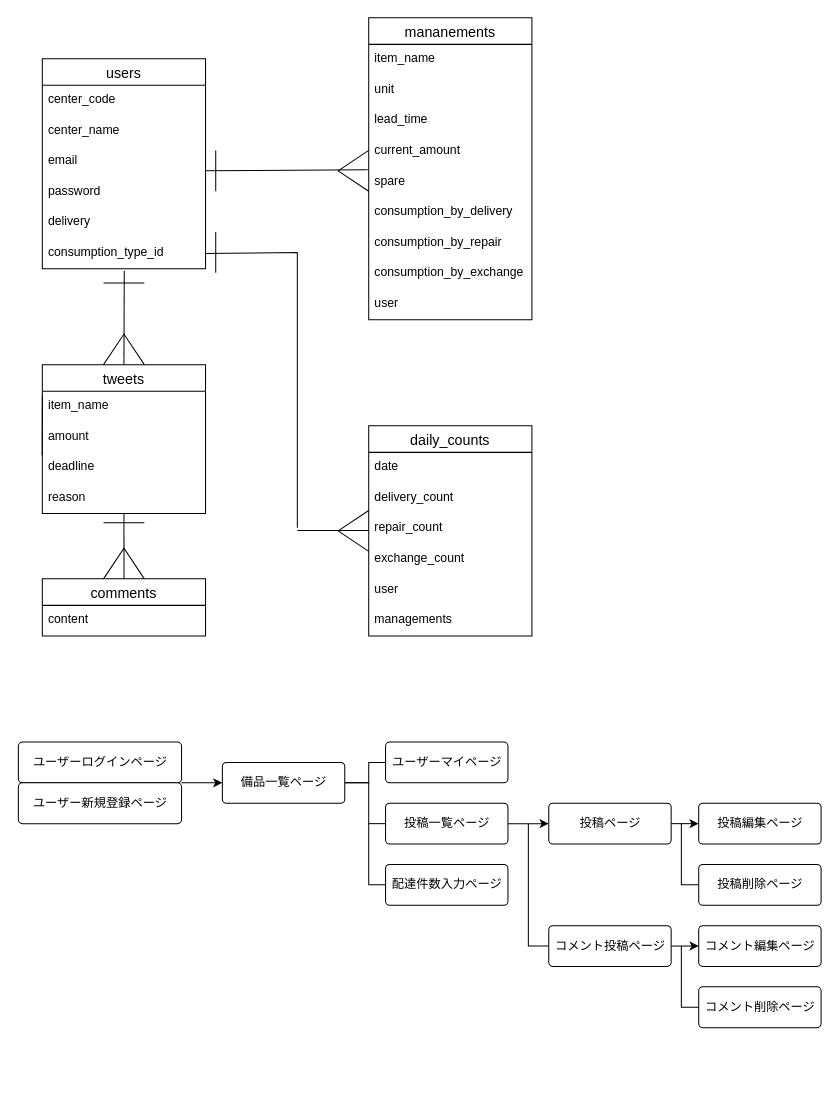
takafumiTech/ems keeps this draw.io diagram as ems.dio. Above is the earlier version. Source tidied: cells renumbered, new cells numbered last; positions are measured from the earlier drawing's top-left corner, leaving out a move shared by most shapes. Both pictures are drawn from the tidied source at 102%, with x=0, y=0 at pixel (17, 17).
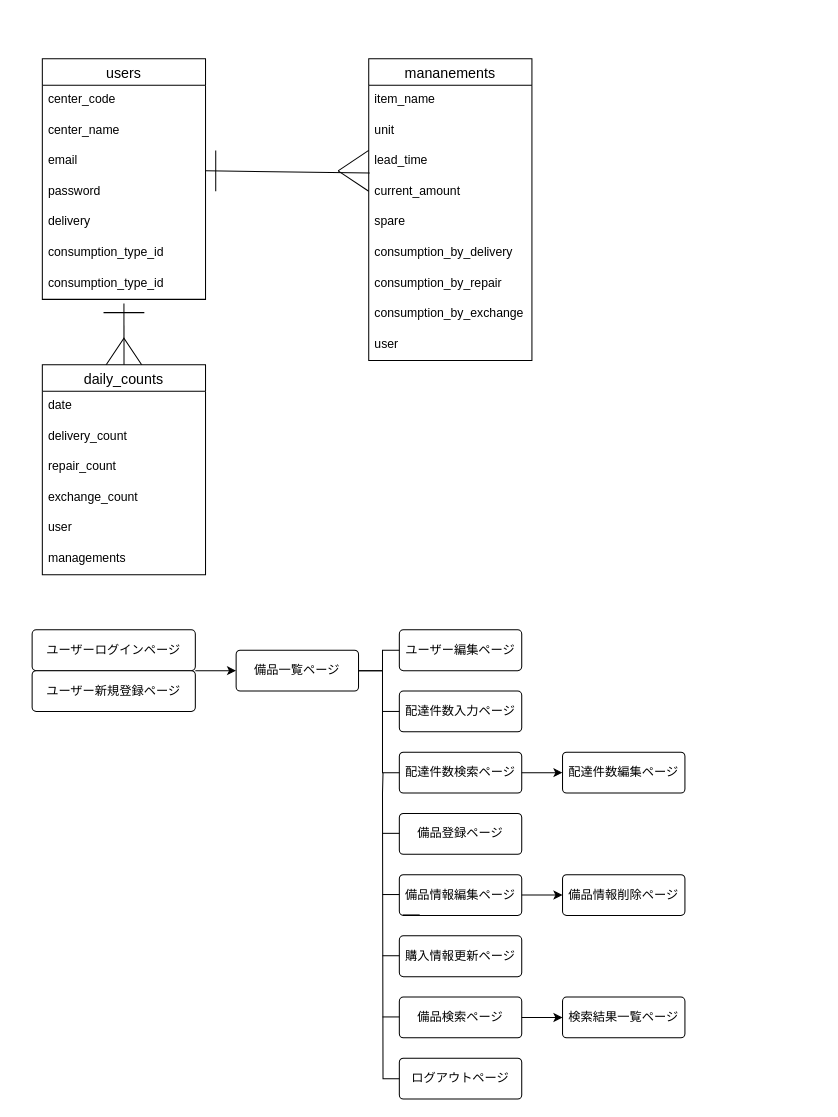
Above is the later version.

Unchanged cells that the change refers to:
```xml
<mxCell id="6" value="current_amount" style="text;strokeColor=none;fillColor=none;spacingLeft=4;spacingRight=4;overflow=hidden;points=[[0,0.5],[1,0.5]];portConstraint=eastwest;fontSize=12;" parent="2" vertex="1">
  <mxGeometry y="116" width="160" height="30" as="geometry" />
</mxCell>
<mxCell id="7" value="spare" style="text;strokeColor=none;fillColor=none;spacingLeft=4;spacingRight=4;overflow=hidden;points=[[0,0.5],[1,0.5]];portConstraint=eastwest;fontSize=12;" parent="2" vertex="1">
  <mxGeometry y="146" width="160" height="30" as="geometry" />
</mxCell>
<mxCell id="18" value="consumption_type_id" style="text;strokeColor=none;fillColor=none;spacingLeft=4;spacingRight=4;overflow=hidden;points=[[0,0.5],[1,0.5]];portConstraint=eastwest;fontSize=12;" parent="12" vertex="1">
  <mxGeometry y="176" width="160" height="30" as="geometry" />
</mxCell>
```

Diff of the diagram source:
```diff
@@
     <mxCell id="2" value="mananements" style="swimlane;fontStyle=0;horizontal=1;startSize=26;align=center;fontSize=14;" parent="1" vertex="1">
-      <mxGeometry x="344" width="160" height="296" as="geometry" />
+      <mxGeometry x="344" y="40" width="160" height="296" as="geometry" />
     </mxCell>
@@
     <mxCell id="12" value="users" style="swimlane;fontStyle=0;horizontal=1;startSize=26;align=center;fontSize=14;" parent="1" vertex="1">
-      <mxGeometry x="24" y="40" width="160" height="206" as="geometry" />
+      <mxGeometry x="24" y="40" width="160" height="236" as="geometry" />
     </mxCell>
@@
-    <mxCell id="19" value="tweets" style="swimlane;fontStyle=0;horizontal=1;startSize=26;align=center;fontSize=14;" parent="1" vertex="1">
-      <mxGeometry x="24" y="340" width="160" height="146" as="geometry" />
-    </mxCell>
-    <mxCell id="20" value="item_name" style="text;strokeColor=none;fillColor=none;spacingLeft=4;spacingRight=4;overflow=hidden;fontSize=12;" parent="19" vertex="1">
-      <mxGeometry y="26" width="160" height="30" as="geometry" />
-    </mxCell>
-    <mxCell id="21" value="amount" style="text;strokeColor=none;fillColor=none;spacingLeft=4;spacingRight=4;overflow=hidden;fontSize=12;" parent="19" vertex="1">
-      <mxGeometry y="56" width="160" height="30" as="geometry" />
-    </mxCell>
-    <mxCell id="22" value="deadline" style="text;strokeColor=none;fillColor=none;spacingLeft=4;spacingRight=4;overflow=hidden;points=[[0,0.5],[1,0.5]];portConstraint=eastwest;fontSize=12;" parent="19" vertex="1">
-      <mxGeometry y="86" width="160" height="30" as="geometry" />
-    </mxCell>
-    <mxCell id="23" value="reason" style="text;strokeColor=none;fillColor=none;spacingLeft=4;spacingRight=4;overflow=hidden;fontSize=12;" parent="19" vertex="1">
-      <mxGeometry y="116" width="160" height="30" as="geometry" />
-    </mxCell>
-    <mxCell id="24" value="comments" style="swimlane;fontStyle=0;horizontal=1;startSize=26;align=center;fontSize=14;" parent="1" vertex="1">
-      <mxGeometry x="24" y="550" width="160" height="56" as="geometry" />
-    </mxCell>
-    <mxCell id="25" value="content" style="text;strokeColor=none;fillColor=none;spacingLeft=4;spacingRight=4;overflow=hidden;fontSize=12;" parent="24" vertex="1">
-      <mxGeometry y="26" width="160" height="30" as="geometry" />
-    </mxCell>
+    <mxCell id="71" value="consumption_type_id" style="text;strokeColor=none;fillColor=none;spacingLeft=4;spacingRight=4;overflow=hidden;fontSize=12;" parent="12" vertex="1">
+      <mxGeometry y="206" width="160" height="30" as="geometry" />
+    </mxCell>
-    <mxCell id="26" style="endArrow=none;html=1;rounded=0;entryX=-0.006;entryY=0.1;entryDx=0;entryDy=0;entryPerimeter=0;" parent="1" edge="1" target="7">
+    <mxCell id="26" style="endArrow=none;html=1;rounded=0;entryX=0.006;entryY=-0.133;entryDx=0;entryDy=0;entryPerimeter=0;" parent="1" edge="1" target="6">
       <mxGeometry relative="1" as="geometry">
         <mxPoint x="184" y="150" as="sourcePoint" />
       </mxGeometry>
     </mxCell>
@@
-    <mxCell id="29" style="endArrow=none;html=1;rounded=0;entryX=0.5;entryY=0;entryDx=0;entryDy=0;exitX=0.502;exitY=1.067;exitDx=0;exitDy=0;exitPerimeter=0;" parent="1" edge="1" source="18" target="19">
-      <mxGeometry relative="1" as="geometry" />
-    </mxCell>
-    <mxCell id="30" style="endArrow=none;html=1;rounded=0;exitX=1;exitY=0.5;exitDx=0;exitDy=0;" parent="1" edge="1" source="18">
-      <mxGeometry relative="1" as="geometry">
-        <mxPoint x="274" y="500" as="targetPoint" />
-        <Array as="points">
-          <mxPoint x="274" y="230" />
-        </Array>
-      </mxGeometry>
-    </mxCell>
-    <mxCell id="31" style="endArrow=none;html=1;rounded=0;entryX=-0.001;entryY=0.095;entryDx=0;entryDy=0;entryPerimeter=0;" parent="1" edge="1" target="22">
-      <mxGeometry relative="1" as="geometry">
-        <mxPoint x="24" y="370" as="sourcePoint" />
-      </mxGeometry>
-    </mxCell>
-    <mxCell id="32" style="endArrow=none;html=1;rounded=0;" parent="1" edge="1">
-      <mxGeometry relative="1" as="geometry">
-        <mxPoint x="274" y="502.5" as="sourcePoint" />
-        <mxPoint x="344" y="502.5" as="targetPoint" />
-      </mxGeometry>
-    </mxCell>
     <mxCell id="33" style="endArrow=none;html=1;rounded=0;exitX=0.438;exitY=0;exitDx=0;exitDy=0;exitPerimeter=0;" parent="1" edge="1">
       <mxGeometry relative="1" as="geometry">
-        <mxPoint x="104.1" y="550" as="sourcePoint" />
-        <mxPoint x="104" y="486" as="targetPoint" />
+        <mxPoint x="104.1" y="344" as="sourcePoint" />
+        <mxPoint x="104" y="280" as="targetPoint" />
       </mxGeometry>
     </mxCell>
     <mxCell id="34" style="endArrow=none;html=1;rounded=0;" parent="1" edge="1">
       <mxGeometry relative="1" as="geometry">
-        <mxPoint x="84" y="550" as="sourcePoint" />
-        <mxPoint x="124" y="550" as="targetPoint" />
+        <mxPoint x="84" y="344" as="sourcePoint" />
+        <mxPoint x="124" y="344" as="targetPoint" />
         <Array as="points">
-          <mxPoint x="104" y="520" />
+          <mxPoint x="104" y="314" />
         </Array>
       </mxGeometry>
     </mxCell>
     <mxCell id="35" value="daily_counts" style="swimlane;fontStyle=0;horizontal=1;startSize=26;align=center;fontSize=14;" parent="1" vertex="1">
-      <mxGeometry x="344" y="400" width="160" height="206" as="geometry" />
+      <mxGeometry x="24" y="340" width="160" height="206" as="geometry" />
     </mxCell>
@@
-    <mxCell id="42" style="endArrow=none;html=1;rounded=0;" parent="1" edge="1">
-      <mxGeometry relative="1" as="geometry">
-        <mxPoint x="84" y="260" as="sourcePoint" />
-        <mxPoint x="124" y="260" as="targetPoint" />
-      </mxGeometry>
-    </mxCell>
     <mxCell id="43" value="備品一覧ページ" style="rounded=1;arcSize=10;whiteSpace=wrap;html=1;align=center;" parent="1" vertex="1">
-      <mxGeometry x="200.5" y="730" width="120" height="40" as="geometry" />
+      <mxGeometry x="214" y="620" width="120" height="40" as="geometry" />
     </mxCell>
     <mxCell id="44" value="ユーザーログインページ" style="rounded=1;arcSize=10;whiteSpace=wrap;html=1;align=center;" parent="1" vertex="1">
-      <mxGeometry x="0.5" y="710" width="160" height="40" as="geometry" />
+      <mxGeometry x="14" y="600" width="160" height="40" as="geometry" />
     </mxCell>
@@
     <mxCell id="46" value="ユーザー新規登録ページ" style="rounded=1;arcSize=10;whiteSpace=wrap;html=1;align=center;" parent="1" vertex="1">
-      <mxGeometry x="0.5" y="750" width="160" height="40" as="geometry" />
+      <mxGeometry x="14" y="640" width="160" height="40" as="geometry" />
     </mxCell>
-    <mxCell id="47" value="ユーザーマイページ" style="rounded=1;arcSize=10;whiteSpace=wrap;html=1;align=center;" parent="1" vertex="1">
-      <mxGeometry x="360.5" y="710" width="120" height="40" as="geometry" />
+    <mxCell id="47" value="ユーザー編集ページ" style="rounded=1;arcSize=10;whiteSpace=wrap;html=1;align=center;" parent="1" vertex="1">
+      <mxGeometry x="374" y="600" width="120" height="40" as="geometry" />
     </mxCell>
-    <mxCell id="48" value="配達件数入力ページ" style="rounded=1;arcSize=10;whiteSpace=wrap;html=1;align=center;" parent="1" vertex="1">
-      <mxGeometry x="360.5" y="830" width="120" height="40" as="geometry" />
+    <mxCell id="48" value="配達件数検索ページ" style="rounded=1;arcSize=10;whiteSpace=wrap;html=1;align=center;" parent="1" vertex="1">
+      <mxGeometry x="374" y="720" width="120" height="40" as="geometry" />
     </mxCell>
-    <mxCell id="49" style="edgeStyle=none;html=1;exitX=1;exitY=0.5;exitDx=0;exitDy=0;entryX=0;entryY=0.5;entryDx=0;entryDy=0;" parent="1" edge="1" source="50" target="52">
-      <mxGeometry relative="1" as="geometry" />
+    <mxCell id="49" style="edgeStyle=none;html=1;exitX=1;exitY=0.5;exitDx=0;exitDy=0;entryX=0;entryY=0.5;entryDx=0;entryDy=0;" parent="1" edge="1" target="52">
+      <mxGeometry relative="1" as="geometry">
+        <mxPoint x="494" y="740" as="sourcePoint" />
+      </mxGeometry>
     </mxCell>
-    <mxCell id="50" value="投稿一覧ページ" style="rounded=1;arcSize=10;whiteSpace=wrap;html=1;align=center;" parent="1" vertex="1">
-      <mxGeometry x="360.5" y="770" width="120" height="40" as="geometry" />
+    <mxCell id="50" value="配達件数入力ページ" style="rounded=1;arcSize=10;whiteSpace=wrap;html=1;align=center;" parent="1" vertex="1">
+      <mxGeometry x="374" y="660" width="120" height="40" as="geometry" />
     </mxCell>
-    <mxCell id="51" style="edgeStyle=none;html=1;exitX=1;exitY=0.5;exitDx=0;exitDy=0;entryX=0;entryY=0.5;entryDx=0;entryDy=0;" parent="1" edge="1" source="52" target="53">
-      <mxGeometry relative="1" as="geometry" />
-    </mxCell>
-    <mxCell id="52" value="投稿ページ" style="rounded=1;arcSize=10;whiteSpace=wrap;html=1;align=center;" parent="1" vertex="1">
-      <mxGeometry x="520.5" y="770" width="120" height="40" as="geometry" />
+    <mxCell id="52" value="配達件数編集ページ" style="rounded=1;arcSize=10;whiteSpace=wrap;html=1;align=center;" parent="1" vertex="1">
+      <mxGeometry x="534" y="720" width="120" height="40" as="geometry" />
     </mxCell>
-    <mxCell id="53" value="投稿編集ページ" style="rounded=1;arcSize=10;whiteSpace=wrap;html=1;align=center;" parent="1" vertex="1">
-      <mxGeometry x="667.5" y="770" width="120" height="40" as="geometry" />
+    <mxCell id="53" value="備品検索ページ" style="rounded=1;arcSize=10;whiteSpace=wrap;html=1;align=center;" parent="1" vertex="1">
+      <mxGeometry x="374" y="960" width="120" height="40" as="geometry" />
     </mxCell>
-    <mxCell id="54" style="edgeStyle=none;html=1;exitX=1;exitY=0.5;exitDx=0;exitDy=0;entryX=0;entryY=0.5;entryDx=0;entryDy=0;" parent="1" edge="1" source="55" target="57">
-      <mxGeometry relative="1" as="geometry" />
-    </mxCell>
-    <mxCell id="55" value="コメント投稿ページ" style="rounded=1;arcSize=10;whiteSpace=wrap;html=1;align=center;" parent="1" vertex="1">
-      <mxGeometry x="520.5" y="890" width="120" height="40" as="geometry" />
-    </mxCell>
-    <mxCell id="56" value="投稿削除ページ" style="rounded=1;arcSize=10;whiteSpace=wrap;html=1;align=center;" parent="1" vertex="1">
-      <mxGeometry x="667.5" y="830" width="120" height="40" as="geometry" />
+    <mxCell id="56" value="ログアウトページ" style="rounded=1;arcSize=10;whiteSpace=wrap;html=1;align=center;" parent="1" vertex="1">
+      <mxGeometry x="374" y="1020" width="120" height="40" as="geometry" />
     </mxCell>
-    <mxCell id="57" value="コメント編集ページ" style="rounded=1;arcSize=10;whiteSpace=wrap;html=1;align=center;" parent="1" vertex="1">
-      <mxGeometry x="667.5" y="890" width="120" height="40" as="geometry" />
-    </mxCell>
-    <mxCell id="58" value="コメント削除ページ" style="rounded=1;arcSize=10;whiteSpace=wrap;html=1;align=center;" parent="1" vertex="1">
-      <mxGeometry x="667.5" y="950" width="120" height="40" as="geometry" />
-    </mxCell>
     <mxCell id="59" style="endArrow=none;html=1;rounded=0;entryX=0;entryY=0.5;entryDx=0;entryDy=0;" parent="1" edge="1" target="48">
       <mxGeometry relative="1" as="geometry">
-        <mxPoint x="320.5" y="750" as="sourcePoint" />
+        <mxPoint x="334" y="640" as="sourcePoint" />
         <Array as="points">
-          <mxPoint x="344" y="750" />
-          <mxPoint x="344" y="850" />
+          <mxPoint x="357.5" y="640" />
+          <mxPoint x="357.5" y="740" />
         </Array>
       </mxGeometry>
     </mxCell>
     <mxCell id="60" style="endArrow=none;html=1;rounded=0;entryX=0;entryY=0.5;entryDx=0;entryDy=0;" parent="1" edge="1" target="47">
       <mxGeometry relative="1" as="geometry">
-        <mxPoint x="320.5" y="750" as="sourcePoint" />
+        <mxPoint x="334" y="640" as="sourcePoint" />
         <Array as="points">
-          <mxPoint x="344" y="750" />
-          <mxPoint x="344" y="730" />
+          <mxPoint x="357.5" y="640" />
+          <mxPoint x="357.5" y="620" />
         </Array>
       </mxGeometry>
     </mxCell>
-    <mxCell id="61" style="endArrow=none;html=1;rounded=0;exitX=0;exitY=0.5;exitDx=0;exitDy=0;" parent="1" edge="1" source="55">
-      <mxGeometry relative="1" as="geometry">
-        <mxPoint x="500.5" y="790" as="targetPoint" />
-        <Array as="points">
-          <mxPoint x="500.5" y="910" />
-        </Array>
-      </mxGeometry>
-    </mxCell>
-    <mxCell id="62" style="endArrow=none;html=1;rounded=0;entryX=0;entryY=0.5;entryDx=0;entryDy=0;" parent="1" edge="1" target="56">
-      <mxGeometry relative="1" as="geometry">
-        <mxPoint x="650.5" y="790" as="sourcePoint" />
-        <Array as="points">
-          <mxPoint x="650.5" y="850" />
-        </Array>
-      </mxGeometry>
-    </mxCell>
-    <mxCell id="63" style="endArrow=none;html=1;rounded=0;entryX=0;entryY=0.5;entryDx=0;entryDy=0;" parent="1" edge="1">
-      <mxGeometry relative="1" as="geometry">
-        <mxPoint x="650.5" y="910" as="sourcePoint" />
-        <mxPoint x="667.5" y="970" as="targetPoint" />
-        <Array as="points">
-          <mxPoint x="650.5" y="970" />
-        </Array>
-      </mxGeometry>
-    </mxCell>
@@
-    <mxCell id="65" style="endArrow=none;html=1;rounded=0;" parent="1" edge="1">
-      <mxGeometry relative="1" as="geometry">
-        <mxPoint x="194" y="210" as="sourcePoint" />
-        <mxPoint x="194" y="250" as="targetPoint" />
-      </mxGeometry>
-    </mxCell>
     <mxCell id="66" style="endArrow=none;html=1;rounded=0;" parent="1" edge="1">
       <mxGeometry relative="1" as="geometry">
-        <mxPoint x="84" y="495" as="sourcePoint" />
-        <mxPoint x="124" y="495" as="targetPoint" />
+        <mxPoint x="84" y="289" as="sourcePoint" />
+        <mxPoint x="124" y="289" as="targetPoint" />
       </mxGeometry>
     </mxCell>
-    <mxCell id="67" style="endArrow=none;html=1;rounded=0;" parent="1" edge="1">
-      <mxGeometry relative="1" as="geometry">
-        <mxPoint x="84" y="340" as="sourcePoint" />
-        <mxPoint x="124" y="340" as="targetPoint" />
-        <Array as="points">
-          <mxPoint x="104" y="310" />
-        </Array>
-      </mxGeometry>
-    </mxCell>
-    <mxCell id="68" style="endArrow=none;html=1;rounded=0;" parent="1" edge="1">
-      <mxGeometry relative="1" as="geometry">
-        <mxPoint x="314" y="503" as="sourcePoint" />
-        <mxPoint x="344" y="523" as="targetPoint" />
-      </mxGeometry>
-    </mxCell>
-    <mxCell id="69" style="endArrow=none;html=1;rounded=0;" parent="1" edge="1">
-      <mxGeometry relative="1" as="geometry">
-        <mxPoint x="344" y="483" as="sourcePoint" />
-        <mxPoint x="314" y="503" as="targetPoint" />
-      </mxGeometry>
-    </mxCell>
     <mxCell id="70" style="endArrow=none;html=1;" parent="1" edge="1">
       <mxGeometry relative="1" as="geometry">
-        <mxPoint x="344" y="790" as="sourcePoint" />
-        <mxPoint x="360.5" y="790" as="targetPoint" />
+        <mxPoint x="357.5" y="680" as="sourcePoint" />
+        <mxPoint x="374" y="680" as="targetPoint" />
       </mxGeometry>
     </mxCell>
+    <mxCell id="72" value="備品登録ページ" style="rounded=1;arcSize=10;whiteSpace=wrap;html=1;align=center;" parent="1" vertex="1">
+      <mxGeometry x="374" y="780" width="120" height="40" as="geometry" />
+    </mxCell>
+    <mxCell id="73" value="備品情報編集ページ" style="rounded=1;arcSize=10;whiteSpace=wrap;html=1;align=center;" parent="1" vertex="1">
+      <mxGeometry x="374" y="840" width="120" height="40" as="geometry" />
+    </mxCell>
+    <mxCell id="74" value="購入情報更新ページ" style="rounded=1;arcSize=10;whiteSpace=wrap;html=1;align=center;" parent="1" vertex="1">
+      <mxGeometry x="374" y="900" width="120" height="40" as="geometry" />
+    </mxCell>
+    <mxCell id="75" style="edgeStyle=none;html=1;exitX=1;exitY=0.5;exitDx=0;exitDy=0;entryX=0;entryY=0.5;entryDx=0;entryDy=0;" parent="1" edge="1" target="76">
+      <mxGeometry relative="1" as="geometry">
+        <mxPoint x="494" y="860" as="sourcePoint" />
+      </mxGeometry>
+    </mxCell>
+    <mxCell id="76" value="備品情報削除ページ" style="rounded=1;arcSize=10;whiteSpace=wrap;html=1;align=center;" parent="1" vertex="1">
+      <mxGeometry x="534" y="840" width="120" height="40" as="geometry" />
+    </mxCell>
+    <mxCell id="77" style="endArrow=none;html=1;rounded=0;entryX=0;entryY=0.5;entryDx=0;entryDy=0;" parent="1" edge="1" target="56">
+      <mxGeometry relative="1" as="geometry">
+        <mxPoint x="358" y="740" as="sourcePoint" />
+        <Array as="points">
+          <mxPoint x="357.5" y="760" />
+          <mxPoint x="358" y="1040" />
+        </Array>
+      </mxGeometry>
+    </mxCell>
+    <mxCell id="78" style="endArrow=none;html=1;" parent="1" edge="1">
+      <mxGeometry relative="1" as="geometry">
+        <mxPoint x="357.5" y="799.5" as="sourcePoint" />
+        <mxPoint x="374" y="799.5" as="targetPoint" />
+      </mxGeometry>
+    </mxCell>
+    <mxCell id="79" style="endArrow=none;html=1;" parent="1" edge="1">
+      <mxGeometry relative="1" as="geometry">
+        <mxPoint x="357.5" y="859.5" as="sourcePoint" />
+        <mxPoint x="374" y="859.5" as="targetPoint" />
+      </mxGeometry>
+    </mxCell>
+    <mxCell id="80" style="edgeStyle=none;html=1;exitX=1;exitY=0.5;exitDx=0;exitDy=0;entryX=0;entryY=0.5;entryDx=0;entryDy=0;" parent="1" edge="1" target="81">
+      <mxGeometry relative="1" as="geometry">
+        <mxPoint x="494" y="980" as="sourcePoint" />
+      </mxGeometry>
+    </mxCell>
+    <mxCell id="81" value="検索結果一覧ページ" style="rounded=1;arcSize=10;whiteSpace=wrap;html=1;align=center;" parent="1" vertex="1">
+      <mxGeometry x="534" y="960" width="120" height="40" as="geometry" />
+    </mxCell>
+    <mxCell id="82" style="endArrow=none;html=1;" parent="1" edge="1">
+      <mxGeometry relative="1" as="geometry">
+        <mxPoint x="357.5" y="919.5" as="sourcePoint" />
+        <mxPoint x="374" y="919.5" as="targetPoint" />
+      </mxGeometry>
+    </mxCell>
+    <mxCell id="83" style="endArrow=none;html=1;" parent="1" edge="1">
+      <mxGeometry relative="1" as="geometry">
+        <mxPoint x="377.5" y="879.5" as="sourcePoint" />
+        <mxPoint x="394" y="879.5" as="targetPoint" />
+      </mxGeometry>
+    </mxCell>
+    <mxCell id="84" style="endArrow=none;html=1;" parent="1" edge="1">
+      <mxGeometry relative="1" as="geometry">
+        <mxPoint x="357.5" y="979.5" as="sourcePoint" />
+        <mxPoint x="374" y="979.5" as="targetPoint" />
+      </mxGeometry>
+    </mxCell>
```
